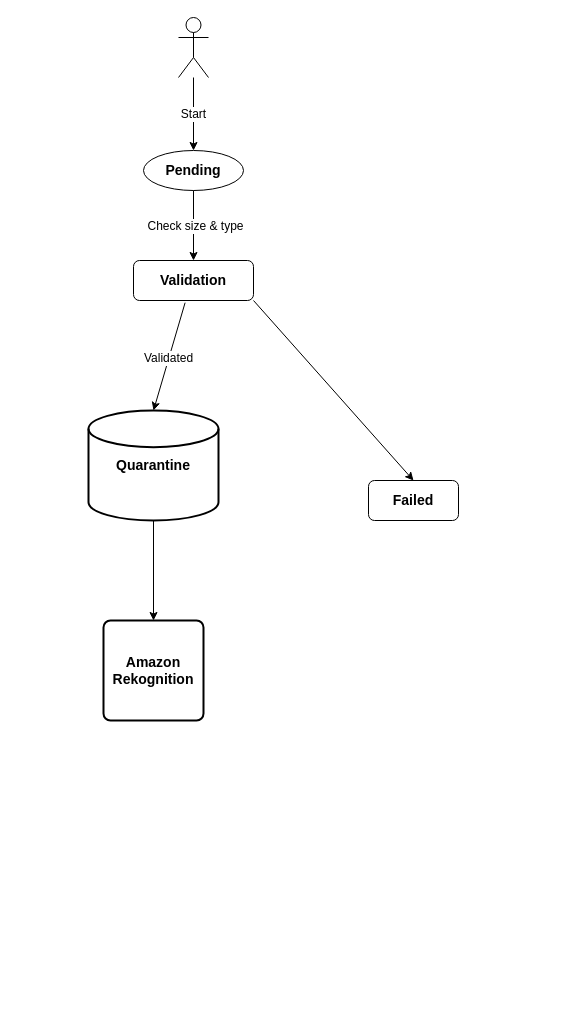
The draw.io diagram Upload images.drawio in LypchanskyiYurii/Hello, before the edit. Source tidied: cells renumbered, new cells numbered last; positions are measured from the earlier drawing's top-left corner, leaving out a move shared by most shapes. Both pictures are drawn from the tidied source at 100%, with x=0, y=0 at pixel (88, 17).
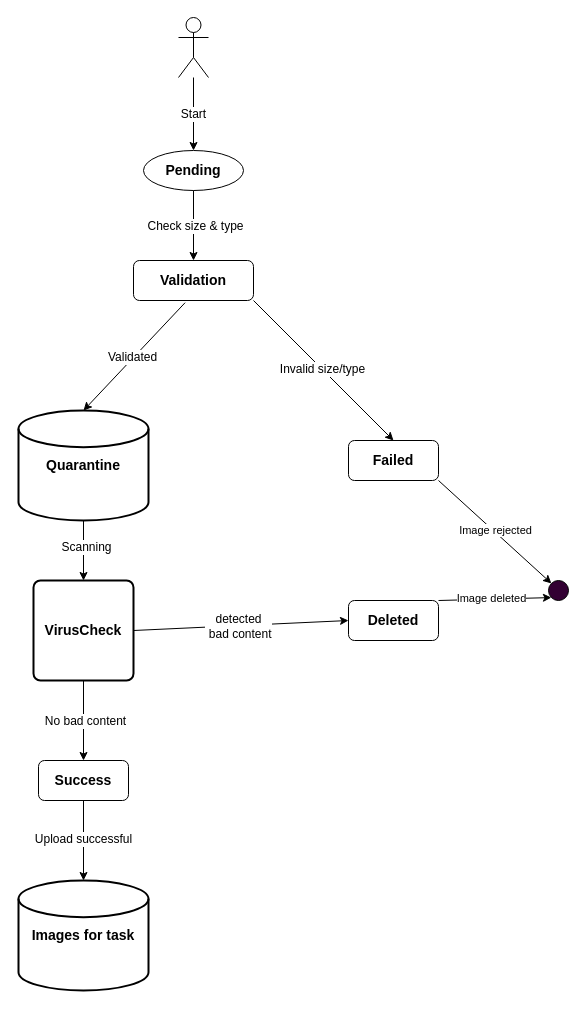
The same diagram, later.

The change refers to these unchanged cells:
```xml
<mxCell id="12" style="endArrow=classic;html=1;rounded=0;exitX=1;exitY=1;exitDx=0;exitDy=0;entryX=0.5;entryY=0;entryDx=0;entryDy=0;" parent="1" edge="1" source="8" target="11">
  <mxGeometry relative="1" as="geometry" />
</mxCell>
<mxCell id="14" style="endArrow=classic;html=1;rounded=0;exitX=0.5;exitY=1;exitDx=0;exitDy=0;exitPerimeter=0;entryX=0.5;entryY=0;entryDx=0;entryDy=0;" parent="1" edge="1" source="3" target="13">
  <mxGeometry relative="1" as="geometry" />
</mxCell>
```

Diff of the diagram source:
```diff
@@
     <mxCell id="3" value="&lt;font style=&quot;font-size: 14px;&quot;&gt;&lt;b&gt;Quarantine&lt;/b&gt;&lt;/font&gt;" style="strokeWidth=2;html=1;shape=mxgraph.flowchart.database;whiteSpace=wrap;" parent="1" vertex="1">
-      <mxGeometry y="393" width="130" height="110" as="geometry" />
+      <mxGeometry x="-70" y="393" width="130" height="110" as="geometry" />
     </mxCell>
@@
     <mxCell id="11" value="&lt;font style=&quot;font-size: 14px;&quot;&gt;&lt;b&gt;Failed&lt;/b&gt;&lt;/font&gt;" style="rounded=1;whiteSpace=wrap;html=1;" parent="1" vertex="1">
-      <mxGeometry x="280" y="463" width="90" height="40" as="geometry" />
+      <mxGeometry x="260" y="423" width="90" height="40" as="geometry" />
     </mxCell>
@@
+    <mxCell id="15" value="&lt;font style=&quot;font-size: 12px;&quot;&gt;Invalid size/type&lt;/font&gt;" style="edgeLabel;html=1;align=center;verticalAlign=middle;" parent="12" vertex="1">
+      <mxGeometry x="-0.02" relative="1" as="geometry" />
+    </mxCell>
-    <mxCell id="13" value="&lt;b style=&quot;border-color: var(--border-color); font-size: 14px;&quot;&gt;Amazon&lt;br style=&quot;border-color: var(--border-color);&quot;&gt;Rekognition&lt;/b&gt;" style="rounded=1;whiteSpace=wrap;html=1;absoluteArcSize=1;arcSize=14;strokeWidth=2;" parent="1" vertex="1">
-      <mxGeometry x="15" y="603" width="100" height="100" as="geometry" />
+    <mxCell id="13" value="&lt;span style=&quot;font-size: 14px;&quot;&gt;&lt;b&gt;VirusCheck&lt;/b&gt;&lt;/span&gt;" style="rounded=1;whiteSpace=wrap;html=1;absoluteArcSize=1;arcSize=14;strokeWidth=2;" parent="1" vertex="1">
+      <mxGeometry x="-55" y="563" width="100" height="100" as="geometry" />
     </mxCell>
@@
+    <mxCell id="16" value="&lt;font style=&quot;font-size: 12px;&quot;&gt;Scanning&lt;/font&gt;" style="edgeLabel;html=1;align=center;verticalAlign=middle;" parent="14" vertex="1">
+      <mxGeometry x="-0.13" y="2" relative="1" as="geometry" />
+    </mxCell>
+    <mxCell id="17" value="&lt;font style=&quot;font-size: 14px;&quot;&gt;&lt;b&gt;Deleted&lt;/b&gt;&lt;/font&gt;" style="rounded=1;whiteSpace=wrap;html=1;" parent="1" vertex="1">
+      <mxGeometry x="260" y="583" width="90" height="40" as="geometry" />
+    </mxCell>
+    <mxCell id="18" style="endArrow=classic;html=1;rounded=0;exitX=1;exitY=0.5;exitDx=0;exitDy=0;entryX=0;entryY=0.5;entryDx=0;entryDy=0;" parent="1" edge="1" source="13" target="17">
+      <mxGeometry relative="1" as="geometry" />
+    </mxCell>
+    <mxCell id="19" value="&lt;font style=&quot;font-size: 12px;&quot;&gt;detected&lt;br&gt;&amp;nbsp;bad content&lt;br&gt;&lt;/font&gt;" style="edgeLabel;html=1;align=center;verticalAlign=middle;" parent="18" vertex="1">
+      <mxGeometry x="-0.02" relative="1" as="geometry" />
+    </mxCell>
+    <mxCell id="20" style="ellipse;whiteSpace=wrap;html=1;strokeColor=#000000;fillColor=#330033;" parent="1" vertex="1">
+      <mxGeometry x="460" y="563" width="20" height="20" as="geometry" />
+    </mxCell>
+    <mxCell id="21" style="endArrow=classic;html=1;rounded=0;entryX=0;entryY=1;entryDx=0;entryDy=0;exitX=1;exitY=0;exitDx=0;exitDy=0;" parent="1" edge="1" source="17" target="20">
+      <mxGeometry relative="1" as="geometry" />
+    </mxCell>
+    <mxCell id="22" value="Image deleted" style="edgeLabel;html=1;align=center;verticalAlign=middle;" parent="21" vertex="1">
+      <mxGeometry x="-0.07" y="1" relative="1" as="geometry" />
+    </mxCell>
+    <mxCell id="23" style="endArrow=classic;html=1;rounded=0;entryX=0;entryY=0;entryDx=0;entryDy=0;exitX=1;exitY=1;exitDx=0;exitDy=0;" parent="1" edge="1" source="11" target="20">
+      <mxGeometry relative="1" as="geometry" />
+    </mxCell>
+    <mxCell id="24" value="Image rejected" style="edgeLabel;html=1;align=center;verticalAlign=middle;" parent="23" vertex="1">
+      <mxGeometry x="-0.02" y="1" relative="1" as="geometry" />
+    </mxCell>
+    <mxCell id="25" style="endArrow=classic;html=1;rounded=0;exitX=0.5;exitY=1;exitDx=0;exitDy=0;entryX=0.5;entryY=0;entryDx=0;entryDy=0;" parent="1" edge="1" source="13" target="28">
+      <mxGeometry relative="1" as="geometry" />
+    </mxCell>
+    <mxCell id="26" value="&lt;font style=&quot;font-size: 12px;&quot;&gt;No bad content&lt;/font&gt;" style="edgeLabel;html=1;align=center;verticalAlign=middle;" parent="25" vertex="1">
+      <mxGeometry x="-0.01" y="1" relative="1" as="geometry" />
+    </mxCell>
+    <mxCell id="27" value="&lt;font style=&quot;font-size: 14px;&quot;&gt;&lt;b&gt;Images for task&lt;/b&gt;&lt;/font&gt;" style="strokeWidth=2;html=1;shape=mxgraph.flowchart.database;whiteSpace=wrap;" parent="1" vertex="1">
+      <mxGeometry x="-70" y="863" width="130" height="110" as="geometry" />
+    </mxCell>
+    <mxCell id="28" value="&lt;font style=&quot;font-size: 14px;&quot;&gt;&lt;b&gt;Success&lt;/b&gt;&lt;/font&gt;" style="rounded=1;whiteSpace=wrap;html=1;" parent="1" vertex="1">
+      <mxGeometry x="-50" y="743" width="90" height="40" as="geometry" />
+    </mxCell>
+    <mxCell id="29" style="edgeStyle=orthogonalEdgeStyle;rounded=0;jettySize=auto;html=1;exitX=0.5;exitY=1;exitDx=0;exitDy=0;entryX=0.5;entryY=0;entryDx=0;entryDy=0;entryPerimeter=0;" parent="1" edge="1" source="28" target="27">
+      <mxGeometry relative="1" as="geometry" />
+    </mxCell>
+    <mxCell id="30" value="&lt;font style=&quot;font-size: 12px;&quot;&gt;Upload successful&lt;/font&gt;" style="edgeLabel;html=1;align=center;verticalAlign=middle;" parent="29" vertex="1">
+      <mxGeometry x="-0.04" y="-1" relative="1" as="geometry" />
+    </mxCell>
```
